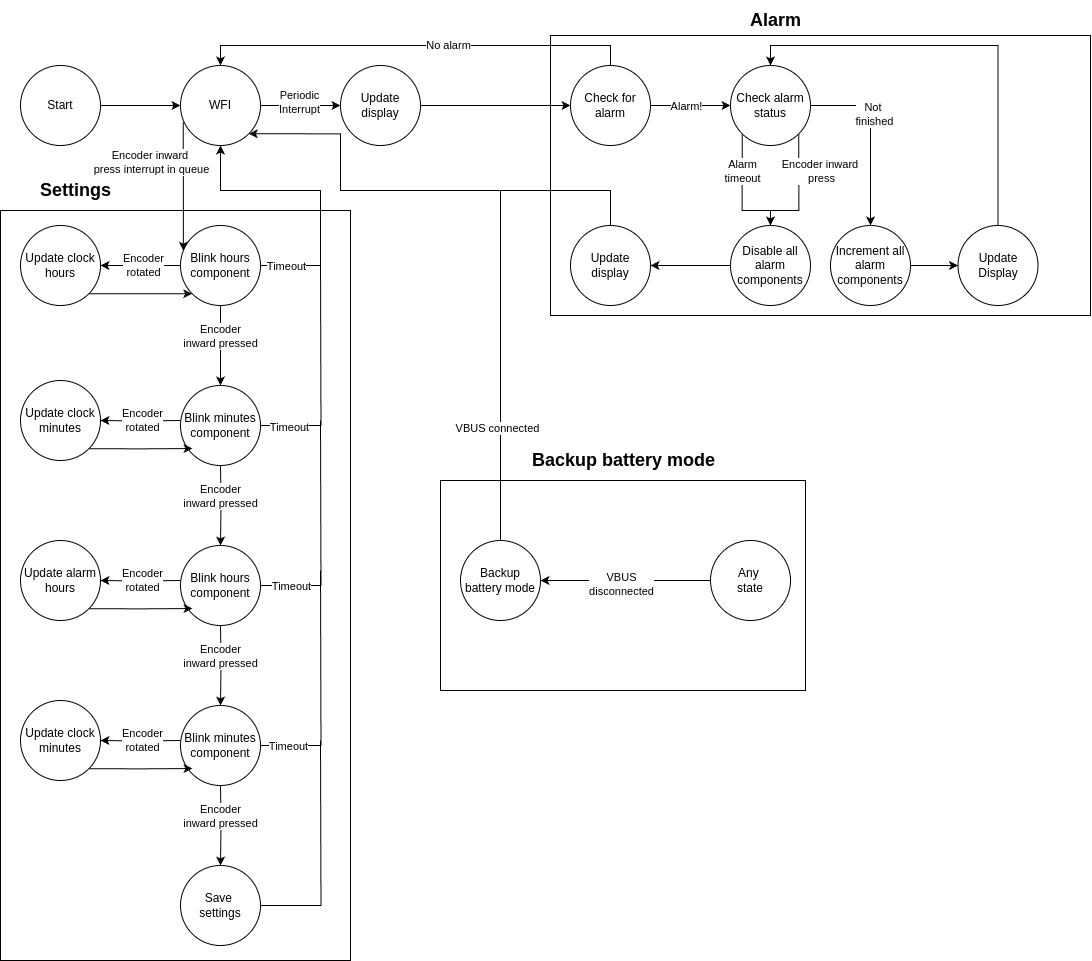
Before: software/State Machine.drawio.png, a diagram exported from draw.io (yuvve/e7020e_project). Source tidied: cells renumbered, new cells last; positions are measured from the earlier drawing's top-left corner, leaving out a move shared by most shapes.
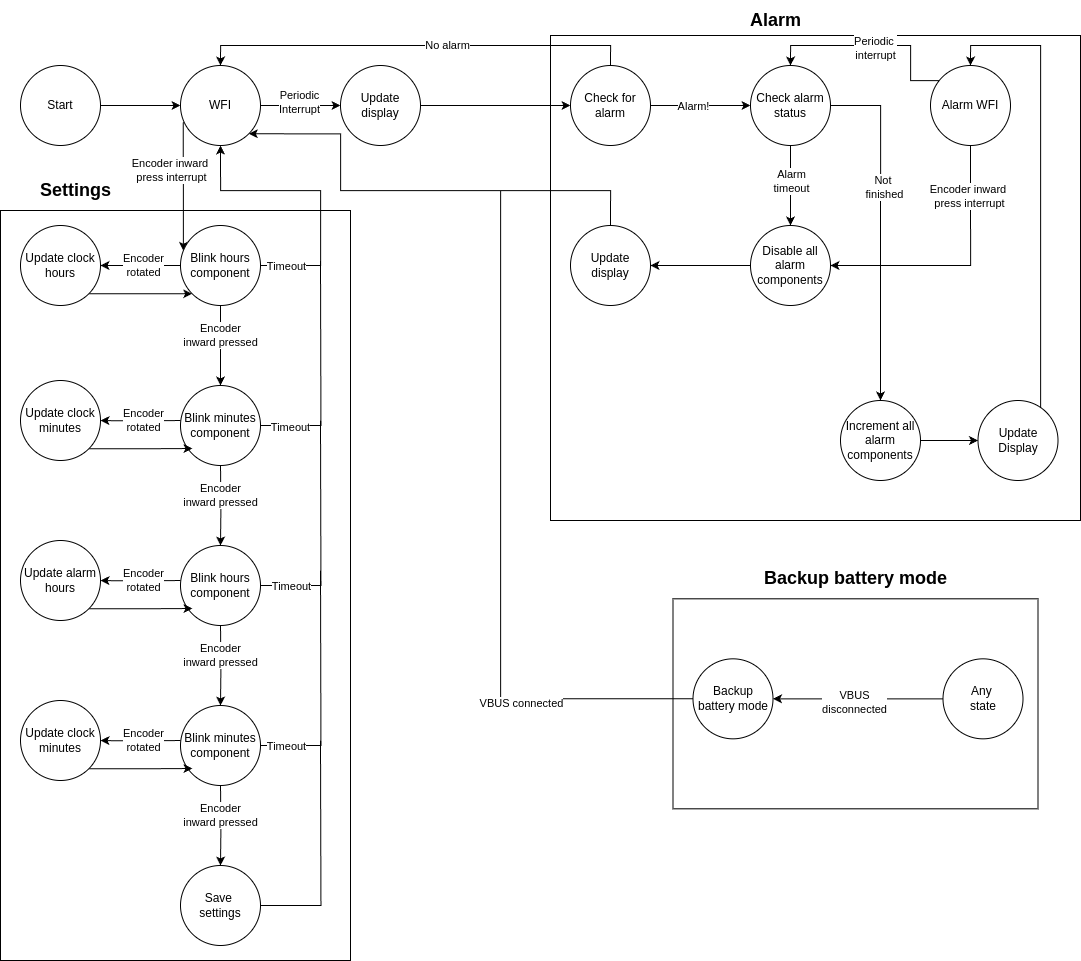
The same diagram one commit later.

Commit message:
Add alarm WFI

What changed in the source:
```diff
@@ -3,7 +3,7 @@
     <mxCell id="0" />
     <mxCell id="1" parent="0" />
     <mxCell id="2" style="rounded=0;whiteSpace=wrap;html=1;fillColor=none;" parent="1" vertex="1">
-      <mxGeometry x="550" y="35" width="540" height="280" as="geometry" />
+      <mxGeometry x="550" y="35" width="530" height="485" as="geometry" />
     </mxCell>
     <mxCell id="3" style="rounded=0;whiteSpace=wrap;html=1;fillColor=none;" parent="1" vertex="1">
       <mxGeometry y="210" width="350" height="750" as="geometry" />
@@ -22,9 +22,9 @@
         </Array>
       </mxGeometry>
     </mxCell>
-    <mxCell id="7" value="Encoder inward&amp;nbsp;&lt;div&gt;press&lt;span style=&quot;background-color: light-dark(#ffffff, var(--ge-dark-color, #121212)); color: light-dark(rgb(0, 0, 0), rgb(255, 255, 255));&quot;&gt;&amp;nbsp;interrupt in queue&lt;/span&gt;&lt;/div&gt;" style="edgeLabel;html=1;align=center;verticalAlign=middle;" parent="6" vertex="1">
+    <mxCell id="7" value="Encoder inward&amp;nbsp;&lt;div&gt;press&lt;span style=&quot;background-color: light-dark(#ffffff, var(--ge-dark-color, #121212)); color: light-dark(rgb(0, 0, 0), rgb(255, 255, 255));&quot;&gt;&amp;nbsp;interrupt&lt;/span&gt;&lt;/div&gt;" style="edgeLabel;html=1;align=center;verticalAlign=middle;" parent="6" vertex="1">
       <mxGeometry x="-0.36" y="-4" relative="1" as="geometry">
-        <mxPoint x="-29" as="offset" />
+        <mxPoint x="-9" y="7" as="offset" />
       </mxGeometry>
     </mxCell>
     <mxCell id="8" style="edgeStyle=orthogonalEdgeStyle;rounded=0;jettySize=auto;html=1;" parent="1" edge="1" source="10" target="75">
@@ -36,10 +36,8 @@
     <mxCell id="10" value="WFI" style="ellipse;whiteSpace=wrap;html=1;" parent="1" vertex="1">
       <mxGeometry x="180" y="65" width="80" height="80" as="geometry" />
     </mxCell>
-    <mxCell id="11" style="edgeStyle=orthogonalEdgeStyle;rounded=0;jettySize=auto;html=1;" parent="1" edge="1" source="15">
-      <mxGeometry relative="1" as="geometry">
-        <mxPoint x="730" y="105" as="targetPoint" />
-      </mxGeometry>
+    <mxCell id="11" style="edgeStyle=orthogonalEdgeStyle;rounded=0;jettySize=auto;html=1;entryX=0;entryY=0.5;entryDx=0;entryDy=0;" parent="1" edge="1" source="15" target="21">
+      <mxGeometry relative="1" as="geometry" />
     </mxCell>
     <mxCell id="12" value="Alarm!" style="edgeLabel;html=1;align=center;verticalAlign=middle;" parent="11" vertex="1">
       <mxGeometry x="-0.15" relative="1" as="geometry" />
@@ -64,39 +62,28 @@
     <mxCell id="17" value="Not&amp;nbsp;&lt;div&gt;finished&lt;/div&gt;" style="edgeLabel;html=1;align=center;verticalAlign=middle;" parent="16" vertex="1">
       <mxGeometry x="-0.24" y="3" relative="1" as="geometry" />
     </mxCell>
-    <mxCell id="18" style="edgeStyle=orthogonalEdgeStyle;rounded=0;jettySize=auto;html=1;exitX=0;exitY=1;exitDx=0;exitDy=0;entryX=0.5;entryY=0;entryDx=0;entryDy=0;" parent="1" edge="1" source="21" target="25">
-      <mxGeometry relative="1" as="geometry">
-        <Array as="points">
-          <mxPoint x="742" y="210" />
-          <mxPoint x="770" y="210" />
-        </Array>
-      </mxGeometry>
+    <mxCell id="18" style="edgeStyle=orthogonalEdgeStyle;rounded=0;jettySize=auto;html=1;exitX=0.5;exitY=1;exitDx=0;exitDy=0;entryX=0.5;entryY=0;entryDx=0;entryDy=0;" parent="1" edge="1" source="21" target="25">
+      <mxGeometry relative="1" as="geometry" />
     </mxCell>
     <mxCell id="19" value="Alarm&lt;br&gt;timeout" style="edgeLabel;html=1;align=center;verticalAlign=middle;" parent="18" vertex="1">
-      <mxGeometry x="-0.4" y="-1" relative="1" as="geometry" />
+      <mxGeometry x="-0.4" y="-1" relative="1" as="geometry">
+        <mxPoint x="1" y="11" as="offset" />
+      </mxGeometry>
     </mxCell>
-    <mxCell id="20" style="edgeStyle=orthogonalEdgeStyle;rounded=0;jettySize=auto;html=1;exitX=1;exitY=1;exitDx=0;exitDy=0;entryX=0.5;entryY=0;entryDx=0;entryDy=0;" parent="1" edge="1" source="21" target="25">
-      <mxGeometry relative="1" as="geometry">
-        <Array as="points">
-          <mxPoint x="798" y="210" />
-          <mxPoint x="770" y="210" />
-        </Array>
-      </mxGeometry>
-    </mxCell>
     <mxCell id="21" value="Check alarm status" style="ellipse;whiteSpace=wrap;html=1;" parent="1" vertex="1">
-      <mxGeometry x="730" y="65" width="80" height="80" as="geometry" />
+      <mxGeometry x="750" y="65" width="80" height="80" as="geometry" />
     </mxCell>
     <mxCell id="22" style="edgeStyle=orthogonalEdgeStyle;rounded=0;jettySize=auto;html=1;entryX=0;entryY=0.5;entryDx=0;entryDy=0;" parent="1" edge="1" source="23" target="77">
       <mxGeometry relative="1" as="geometry" />
     </mxCell>
     <mxCell id="23" value="Increment all alarm components" style="ellipse;whiteSpace=wrap;html=1;" parent="1" vertex="1">
-      <mxGeometry x="830" y="225" width="80" height="80" as="geometry" />
+      <mxGeometry x="840" y="400" width="80" height="80" as="geometry" />
     </mxCell>
     <mxCell id="24" style="edgeStyle=orthogonalEdgeStyle;rounded=0;jettySize=auto;html=1;" parent="1" edge="1" source="25" target="79">
       <mxGeometry relative="1" as="geometry" />
     </mxCell>
     <mxCell id="25" value="Disable all alarm components" style="ellipse;whiteSpace=wrap;html=1;" parent="1" vertex="1">
-      <mxGeometry x="730" y="225" width="80" height="80" as="geometry" />
+      <mxGeometry x="750" y="225" width="80" height="80" as="geometry" />
     </mxCell>
     <mxCell id="26" style="edgeStyle=orthogonalEdgeStyle;rounded=0;jettySize=auto;html=1;" parent="1" edge="1" source="32" target="35">
       <mxGeometry relative="1" as="geometry" />
@@ -236,11 +223,8 @@
     <mxCell id="61" value="Settings" style="text;html=1;align=center;verticalAlign=middle;strokeColor=none;fillColor=none;fontStyle=1;fontSize=18;" parent="1" vertex="1">
       <mxGeometry x="30" y="170" width="90" height="40" as="geometry" />
     </mxCell>
-    <mxCell id="62" value="Encoder inward&amp;nbsp;&lt;div&gt;press&lt;/div&gt;" style="edgeLabel;html=1;align=center;verticalAlign=middle;" parent="1" vertex="1">
-      <mxGeometry x="820" y="170" as="geometry" />
-    </mxCell>
     <mxCell id="63" style="rounded=0;whiteSpace=wrap;html=1;fillColor=none;" parent="1" vertex="1">
-      <mxGeometry x="440" y="480" width="365" height="210" as="geometry" />
+      <mxGeometry x="672.5" y="598.3" width="365" height="210" as="geometry" />
     </mxCell>
     <mxCell id="64" style="edgeStyle=orthogonalEdgeStyle;rounded=0;jettySize=auto;html=1;" parent="1" edge="1" source="66" target="69">
       <mxGeometry relative="1" as="geometry" />
@@ -249,7 +233,7 @@
       <mxGeometry x="0.05" y="3" relative="1" as="geometry" />
     </mxCell>
     <mxCell id="66" value="Any&amp;nbsp;&lt;div&gt;state&lt;/div&gt;" style="ellipse;whiteSpace=wrap;html=1;" parent="1" vertex="1">
-      <mxGeometry x="710" y="540" width="80" height="80" as="geometry" />
+      <mxGeometry x="942.5" y="658.3" width="80" height="80" as="geometry" />
     </mxCell>
     <mxCell id="67" style="edgeStyle=orthogonalEdgeStyle;rounded=0;jettySize=auto;html=1;entryX=1;entryY=1;entryDx=0;entryDy=0;" parent="1" edge="1" source="69" target="10">
       <mxGeometry relative="1" as="geometry">
@@ -264,7 +248,7 @@
       <mxGeometry x="-0.66" y="4" relative="1" as="geometry" />
     </mxCell>
     <mxCell id="69" value="Backup battery mode" style="ellipse;whiteSpace=wrap;html=1;" parent="1" vertex="1">
-      <mxGeometry x="460" y="540" width="80" height="80" as="geometry" />
+      <mxGeometry x="692.5" y="658.3" width="80" height="80" as="geometry" />
     </mxCell>
     <mxCell id="70" style="edgeStyle=orthogonalEdgeStyle;rounded=0;jettySize=auto;html=1;" parent="1" edge="1" target="73">
       <mxGeometry relative="1" as="geometry">
@@ -288,16 +272,16 @@
     <mxCell id="75" value="Update&lt;div&gt;display&lt;/div&gt;" style="ellipse;whiteSpace=wrap;html=1;" parent="1" vertex="1">
       <mxGeometry x="340" y="65" width="80" height="80" as="geometry" />
     </mxCell>
-    <mxCell id="76" style="edgeStyle=orthogonalEdgeStyle;rounded=0;jettySize=auto;html=1;entryX=0.5;entryY=0;entryDx=0;entryDy=0;" parent="1" edge="1" source="77" target="21">
+    <mxCell id="76" style="edgeStyle=orthogonalEdgeStyle;rounded=0;jettySize=auto;html=1;entryX=0.5;entryY=0;entryDx=0;entryDy=0;" parent="1" edge="1" source="77" target="84">
       <mxGeometry relative="1" as="geometry">
         <Array as="points">
-          <mxPoint x="998" y="45" />
-          <mxPoint x="770" y="45" />
+          <mxPoint x="1040" y="45" />
+          <mxPoint x="970" y="45" />
         </Array>
       </mxGeometry>
     </mxCell>
     <mxCell id="77" value="Update Display" style="ellipse;whiteSpace=wrap;html=1;" parent="1" vertex="1">
-      <mxGeometry x="957.5" y="225" width="80" height="80" as="geometry" />
+      <mxGeometry x="977.5" y="400" width="80" height="80" as="geometry" />
     </mxCell>
     <mxCell id="78" style="edgeStyle=orthogonalEdgeStyle;rounded=0;jettySize=auto;html=1;entryX=1;entryY=1;entryDx=0;entryDy=0;" parent="1" edge="1" source="79" target="10">
       <mxGeometry relative="1" as="geometry">
@@ -312,7 +296,30 @@
       <mxGeometry x="570" y="225" width="80" height="80" as="geometry" />
     </mxCell>
     <mxCell id="80" value="Backup battery mode" style="text;html=1;align=center;verticalAlign=middle;strokeColor=none;fillColor=none;fontStyle=1;fontSize=18;" parent="1" vertex="1">
-      <mxGeometry x="527.5" y="440" width="190" height="40" as="geometry" />
+      <mxGeometry x="760" y="558.3" width="190" height="40" as="geometry" />
     </mxCell>
+    <mxCell id="81" style="edgeStyle=orthogonalEdgeStyle;rounded=0;jettySize=auto;html=1;entryX=0.5;entryY=0;entryDx=0;entryDy=0;" parent="1" edge="1" source="84" target="21">
+      <mxGeometry relative="1" as="geometry">
+        <Array as="points">
+          <mxPoint x="910" y="80" />
+          <mxPoint x="910" y="45" />
+          <mxPoint x="790" y="45" />
+        </Array>
+      </mxGeometry>
+    </mxCell>
+    <mxCell id="82" value="Periodic&amp;nbsp;&lt;div&gt;interrupt&lt;/div&gt;" style="edgeLabel;html=1;align=center;verticalAlign=middle;" parent="81" vertex="1">
+      <mxGeometry x="-0.01" y="2" relative="1" as="geometry" />
+    </mxCell>
+    <mxCell id="83" style="edgeStyle=orthogonalEdgeStyle;rounded=0;jettySize=auto;html=1;exitX=0.5;exitY=1;exitDx=0;exitDy=0;entryX=1;entryY=0.5;entryDx=0;entryDy=0;" parent="1" edge="1" source="84" target="25">
+      <mxGeometry relative="1" as="geometry" />
+    </mxCell>
+    <mxCell id="84" value="Alarm WFI" style="ellipse;whiteSpace=wrap;html=1;" parent="1" vertex="1">
+      <mxGeometry x="930" y="65" width="80" height="80" as="geometry" />
+    </mxCell>
+    <mxCell id="85" value="Encoder inward&amp;nbsp;&lt;div&gt;press&lt;span style=&quot;background-color: light-dark(#ffffff, var(--ge-dark-color, #121212)); color: light-dark(rgb(0, 0, 0), rgb(255, 255, 255));&quot;&gt;&amp;nbsp;interrupt&lt;/span&gt;&lt;/div&gt;" style="edgeLabel;html=1;align=center;verticalAlign=middle;" parent="1" vertex="1">
+      <mxGeometry x="977.5" y="200" as="geometry">
+        <mxPoint x="-9" y="-5" as="offset" />
+      </mxGeometry>
+    </mxCell>
   </root>
 </mxGraphModel>
```
